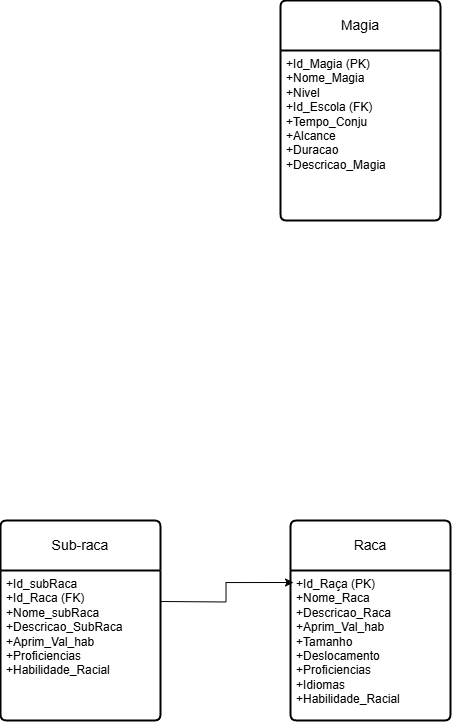
VitorFonseca123/DnD-RPG keeps this draw.io diagram as magias.drawio.png. Above is the earlier version. Source tidied: cells renumbered, new cells last; positions are measured from the earlier drawing's top-left corner, leaving out a move shared by most shapes.
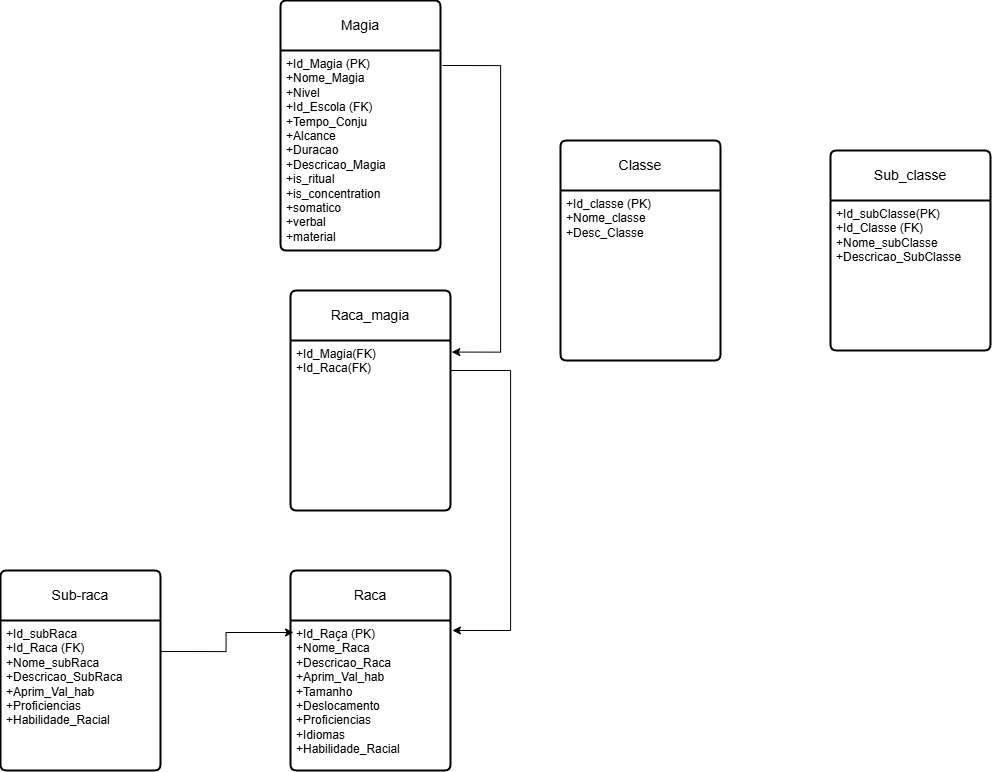
The same file after the commit.

Commit message:
arruma MER

The edit, as a diff of the source:
```diff
@@ -3,10 +3,10 @@
     <mxCell id="0" />
     <mxCell id="1" parent="0" />
     <mxCell id="2" value="Magia" style="swimlane;horizontal=1;startSize=50;rounded=1;fontSize=14;fontStyle=0;strokeWidth=2;shadow=0;dashed=0;align=center;arcSize=4;whiteSpace=wrap;html=1;" parent="1" vertex="1">
-      <mxGeometry x="280" width="160" height="220" as="geometry" />
+      <mxGeometry x="280" y="-50" width="160" height="250" as="geometry" />
     </mxCell>
-    <mxCell id="3" value="+Id_Magia (PK)&lt;br&gt;+Nome_Magia&lt;div&gt;+Nivel&lt;/div&gt;&lt;div&gt;+Id_Escola (FK)&lt;br&gt;+Tempo_Conju&amp;nbsp;&lt;div&gt;+Alcance&lt;/div&gt;&lt;div&gt;+Duracao&lt;/div&gt;&lt;div&gt;+Descricao_Magia&lt;/div&gt;&lt;/div&gt;" style="align=left;strokeColor=none;fillColor=none;spacingLeft=4;spacingRight=4;fontSize=12;verticalAlign=top;html=1;whiteSpace=wrap;" parent="2" vertex="1">
-      <mxGeometry y="50" width="160" height="170" as="geometry" />
+    <mxCell id="3" value="+Id_Magia (PK)&lt;br&gt;+Nome_Magia&lt;div&gt;+Nivel&lt;/div&gt;&lt;div&gt;+Id_Escola (FK)&lt;br&gt;+Tempo_Conju&amp;nbsp;&lt;div&gt;+Alcance&lt;/div&gt;&lt;div&gt;+Duracao&lt;/div&gt;&lt;div&gt;+Descricao_Magia&lt;/div&gt;&lt;/div&gt;&lt;div&gt;+is_ritual&lt;/div&gt;&lt;div&gt;+is_concentration&lt;/div&gt;&lt;div&gt;+somatico&lt;/div&gt;&lt;div&gt;+verbal&lt;/div&gt;&lt;div&gt;+material&lt;/div&gt;" style="align=left;strokeColor=none;fillColor=none;spacingLeft=4;spacingRight=4;fontSize=12;verticalAlign=top;html=1;whiteSpace=wrap;" parent="2" vertex="1">
+      <mxGeometry y="50" width="160" height="200" as="geometry" />
     </mxCell>
     <mxCell id="4" value="Raca" style="swimlane;horizontal=1;startSize=50;rounded=1;fontSize=14;fontStyle=0;strokeWidth=2;shadow=0;dashed=0;align=center;arcSize=4;whiteSpace=wrap;html=1;rotation=0;" parent="1" vertex="1">
       <mxGeometry x="290" y="520" width="160" height="200" as="geometry" />
@@ -25,5 +25,40 @@
         <mxPoint x="160" y="601" as="sourcePoint" />
       </mxGeometry>
     </mxCell>
+    <mxCell id="9" value="Raca_magia" style="swimlane;horizontal=1;startSize=50;rounded=1;fontSize=14;fontStyle=0;strokeWidth=2;shadow=0;dashed=0;align=center;arcSize=4;whiteSpace=wrap;html=1;" parent="1" vertex="1">
+      <mxGeometry x="290" y="240" width="160" height="220" as="geometry" />
+    </mxCell>
+    <mxCell id="10" value="+Id_Magia(FK)&lt;div&gt;+Id_Raca(FK)&lt;/div&gt;" style="align=left;strokeColor=none;fillColor=none;spacingLeft=4;spacingRight=4;fontSize=12;verticalAlign=top;html=1;whiteSpace=wrap;" parent="9" vertex="1">
+      <mxGeometry y="50" width="160" height="170" as="geometry" />
+    </mxCell>
+    <mxCell id="11" value="Classe" style="swimlane;horizontal=1;startSize=50;rounded=1;fontSize=14;fontStyle=0;strokeWidth=2;shadow=0;dashed=0;align=center;arcSize=4;whiteSpace=wrap;html=1;" parent="1" vertex="1">
+      <mxGeometry x="560" y="90" width="160" height="220" as="geometry" />
+    </mxCell>
+    <mxCell id="12" value="+Id_classe (PK)&lt;br&gt;+Nome_classe&lt;div&gt;+Desc_Classe&lt;br&gt;&lt;div&gt;&lt;br&gt;&lt;/div&gt;&lt;/div&gt;" style="align=left;strokeColor=none;fillColor=none;spacingLeft=4;spacingRight=4;fontSize=12;verticalAlign=top;html=1;whiteSpace=wrap;" parent="11" vertex="1">
+      <mxGeometry y="50" width="160" height="170" as="geometry" />
+    </mxCell>
+    <mxCell id="13" value="Sub_classe" style="swimlane;horizontal=1;startSize=50;rounded=1;fontSize=14;fontStyle=0;strokeWidth=2;shadow=0;dashed=0;align=center;arcSize=4;whiteSpace=wrap;html=1;rotation=0;" parent="1" vertex="1">
+      <mxGeometry x="830" y="100" width="160" height="200" as="geometry" />
+    </mxCell>
+    <mxCell id="14" value="+Id_subClasse(PK)&lt;div&gt;+Id_Classe (FK)&lt;br&gt;&lt;div&gt;+Nome_subClasse&lt;br&gt;+Descricao_SubClasse&lt;br&gt;&lt;br&gt;&lt;/div&gt;&lt;/div&gt;" style="align=left;strokeColor=none;fillColor=none;spacingLeft=4;spacingRight=4;fontSize=12;verticalAlign=top;html=1;whiteSpace=wrap;" parent="13" vertex="1">
+      <mxGeometry y="50" width="160" height="150" as="geometry" />
+    </mxCell>
+    <mxCell id="15" style="edgeStyle=orthogonalEdgeStyle;rounded=0;jettySize=auto;html=1;entryX=1.008;entryY=0.068;entryDx=0;entryDy=0;entryPerimeter=0;exitX=1.012;exitY=0.075;exitDx=0;exitDy=0;exitPerimeter=0;" parent="1" edge="1" source="3" target="10">
+      <mxGeometry relative="1" as="geometry">
+        <Array as="points">
+          <mxPoint x="500" y="15" />
+          <mxPoint x="500" y="302" />
+        </Array>
+      </mxGeometry>
+    </mxCell>
+    <mxCell id="16" style="edgeStyle=orthogonalEdgeStyle;rounded=0;jettySize=auto;html=1;entryX=1.012;entryY=0.06;entryDx=0;entryDy=0;entryPerimeter=0;" parent="1" edge="1" source="9" target="5">
+      <mxGeometry relative="1" as="geometry">
+        <Array as="points">
+          <mxPoint x="510" y="320" />
+          <mxPoint x="510" y="580" />
+          <mxPoint x="452" y="580" />
+        </Array>
+      </mxGeometry>
+    </mxCell>
   </root>
 </mxGraphModel>
```
